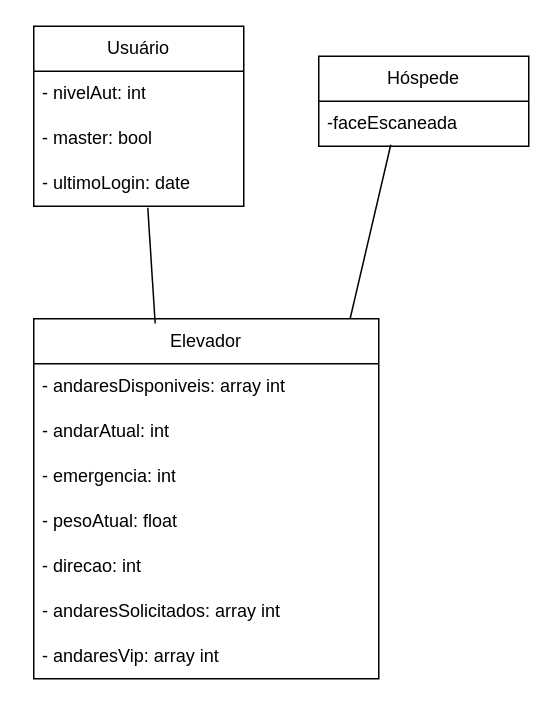
joca2511/projElevadorUML keeps this draw.io diagram as componentes2.drawio. Above is the earlier version. Source tidied: cells renumbered, new cells numbered last; positions are measured from the earlier drawing's top-left corner, leaving out a move shared by most shapes. Both pictures are drawn from the tidied source at 150%, with x=0, y=0 at pixel (33, 26).
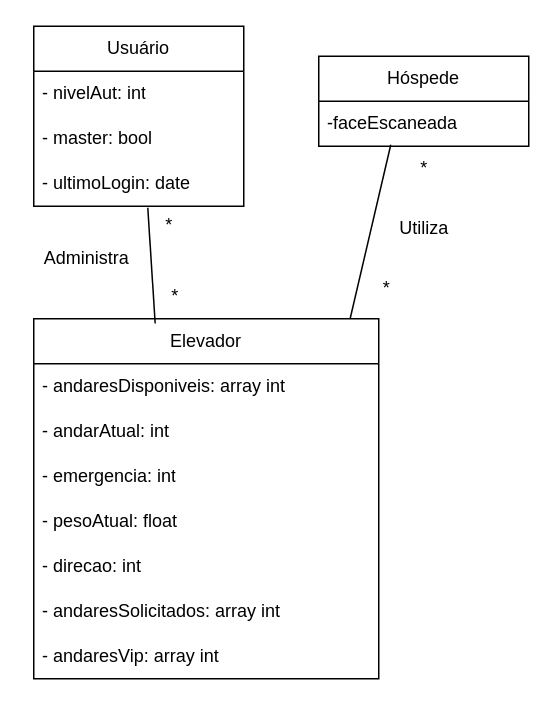
After the change.

What changed in the source:
```diff
@@
+    <mxCell id="18" value="*" style="text;html=1;align=center;verticalAlign=middle;strokeColor=none;fillColor=none;" parent="1" vertex="1">
+      <mxGeometry x="75" y="118" width="30" height="30" as="geometry" />
+    </mxCell>
+    <mxCell id="19" value="*" style="text;html=1;align=center;verticalAlign=middle;strokeColor=none;fillColor=none;" parent="1" vertex="1">
+      <mxGeometry x="79" y="165" width="30" height="30" as="geometry" />
+    </mxCell>
+    <mxCell id="20" value="*" style="text;html=1;align=center;verticalAlign=middle;strokeColor=none;fillColor=none;" parent="1" vertex="1">
+      <mxGeometry x="245" y="80" width="30" height="30" as="geometry" />
+    </mxCell>
+    <mxCell id="21" value="*" style="text;html=1;align=center;verticalAlign=middle;strokeColor=none;fillColor=none;" parent="1" vertex="1">
+      <mxGeometry x="220" y="160" width="30" height="30" as="geometry" />
+    </mxCell>
+    <mxCell id="22" value="Administra" style="text;html=1;align=center;verticalAlign=middle;strokeColor=none;fillColor=none;" parent="1" vertex="1">
+      <mxGeometry x="-5" y="140" width="80" height="30" as="geometry" />
+    </mxCell>
+    <mxCell id="23" value="Utiliza" style="text;html=1;align=center;verticalAlign=middle;strokeColor=none;fillColor=none;" parent="1" vertex="1">
+      <mxGeometry x="230" y="120" width="60" height="30" as="geometry" />
+    </mxCell>
```
